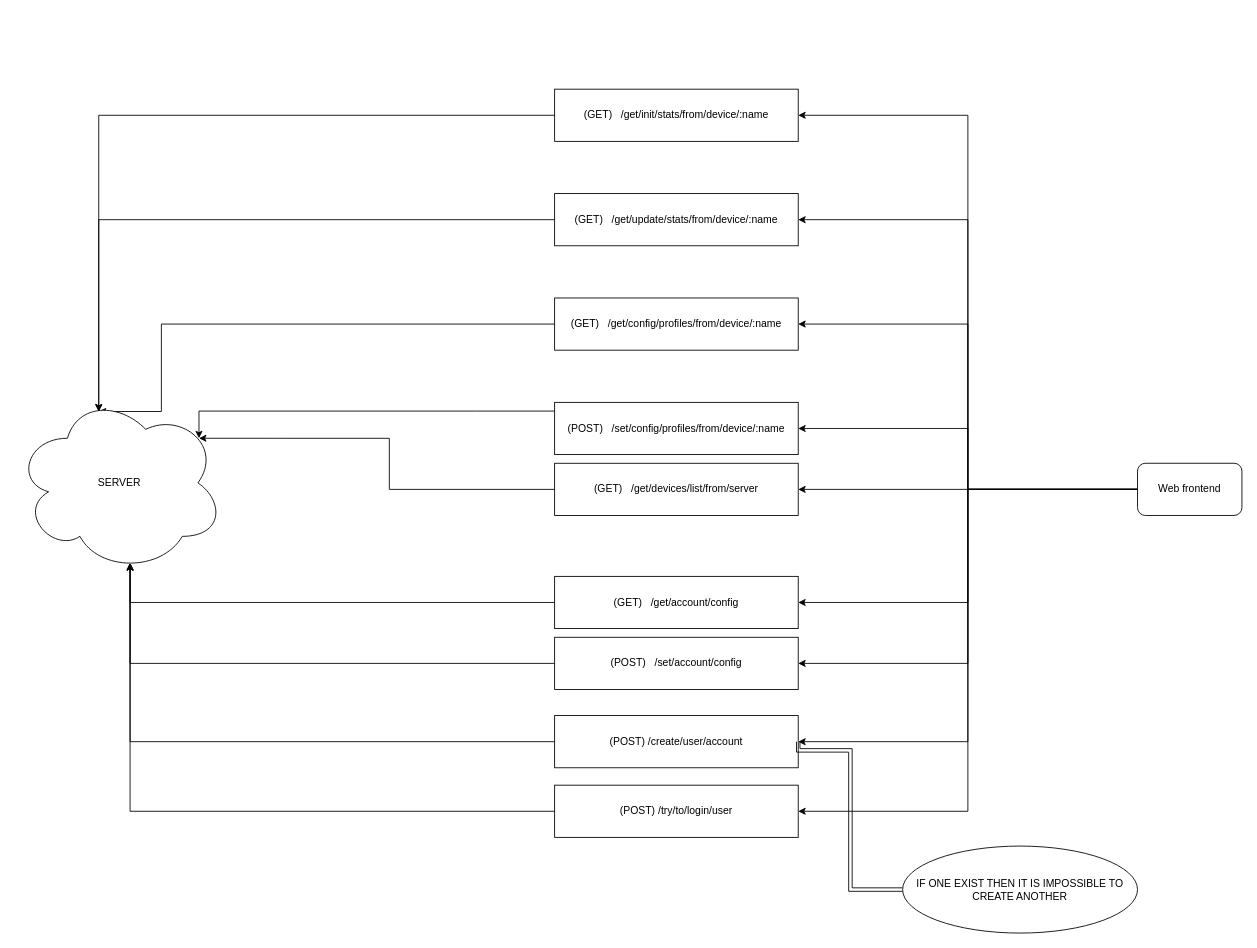
This is page "Endpoints" (4 of 4) of docs/models/Project.drawio from KhazAkar/ags, a draw.io file, before an edit. Source tidied: cells renumbered, new cells numbered last; positions are measured from the earlier drawing's top-left corner, leaving out a move shared by most shapes. Both pictures are drawn from the tidied source at 87%, with x=0, y=0 at pixel (15, 89).
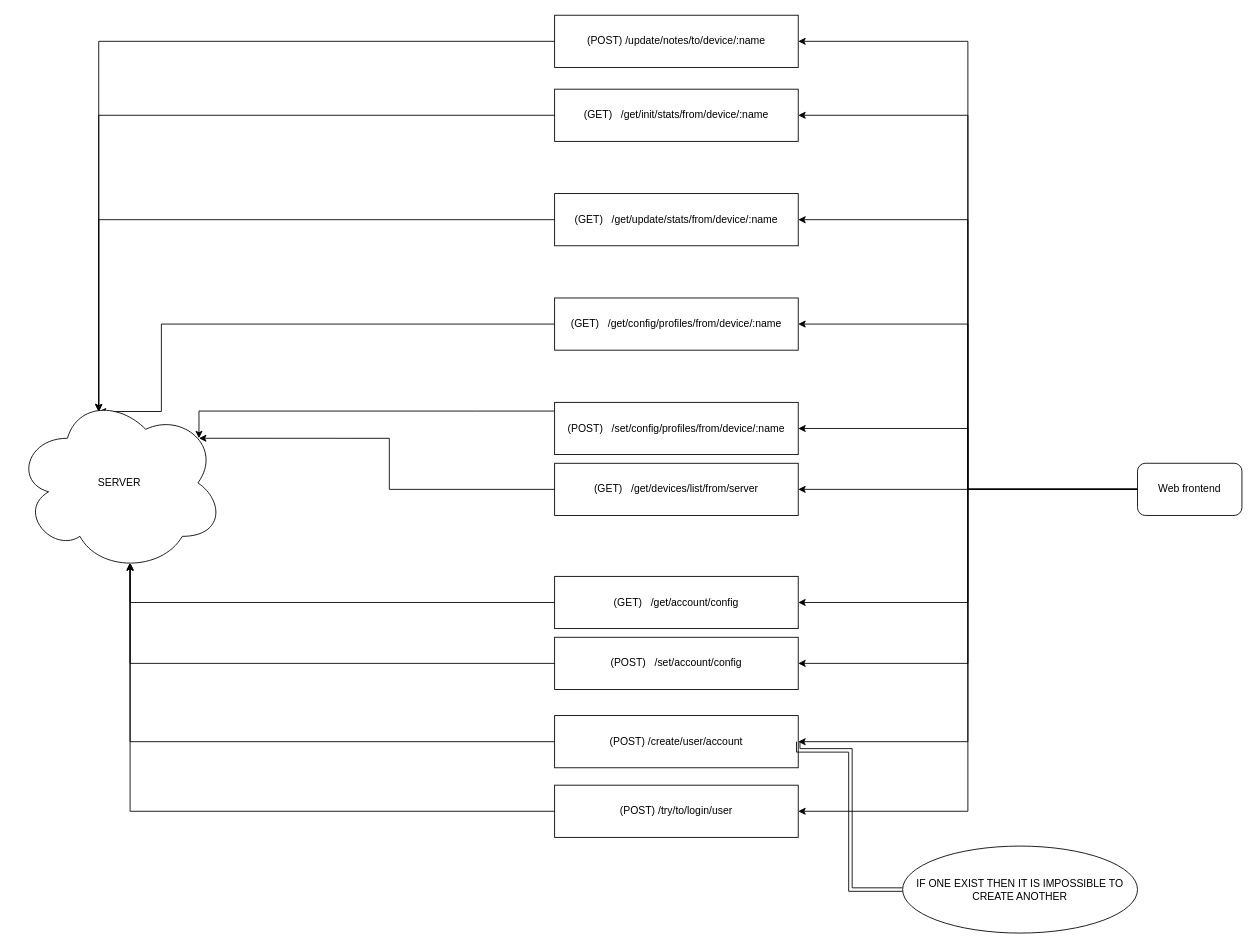
After the change.

Commit message:
Endpoints prototype

Unchanged cells that the change refers to:
```xml
<mxCell id="14" value="SERVER" style="ellipse;shape=cloud;whiteSpace=wrap;html=1;" parent="1" vertex="1">
  <mxGeometry y="350" width="240" height="205" as="geometry" />
</mxCell>
<mxCell id="24" value="Web frontend" style="rounded=1;whiteSpace=wrap;html=1;" parent="1" vertex="1">
  <mxGeometry x="1290" y="430" width="120" height="60" as="geometry" />
</mxCell>
```

The edit, as a diff of the source:
```diff
@@
+    <mxCell id="33" style="edgeStyle=orthogonalEdgeStyle;rounded=0;jettySize=auto;html=1;entryX=1;entryY=0.5;entryDx=0;entryDy=0;" parent="1" edge="1" source="24" target="34">
+      <mxGeometry relative="1" as="geometry" />
+    </mxCell>
@@
+    <mxCell id="34" value="(POST) /update/notes/to/device/:name" style="rounded=0;whiteSpace=wrap;html=1;" parent="1" vertex="1">
+      <mxGeometry x="620" y="-85" width="280" height="60" as="geometry" />
+    </mxCell>
+    <mxCell id="35" style="edgeStyle=orthogonalEdgeStyle;rounded=0;jettySize=auto;html=1;entryX=0.4;entryY=0.1;entryDx=0;entryDy=0;entryPerimeter=0;" parent="1" edge="1" source="34" target="14">
+      <mxGeometry relative="1" as="geometry" />
+    </mxCell>
```
